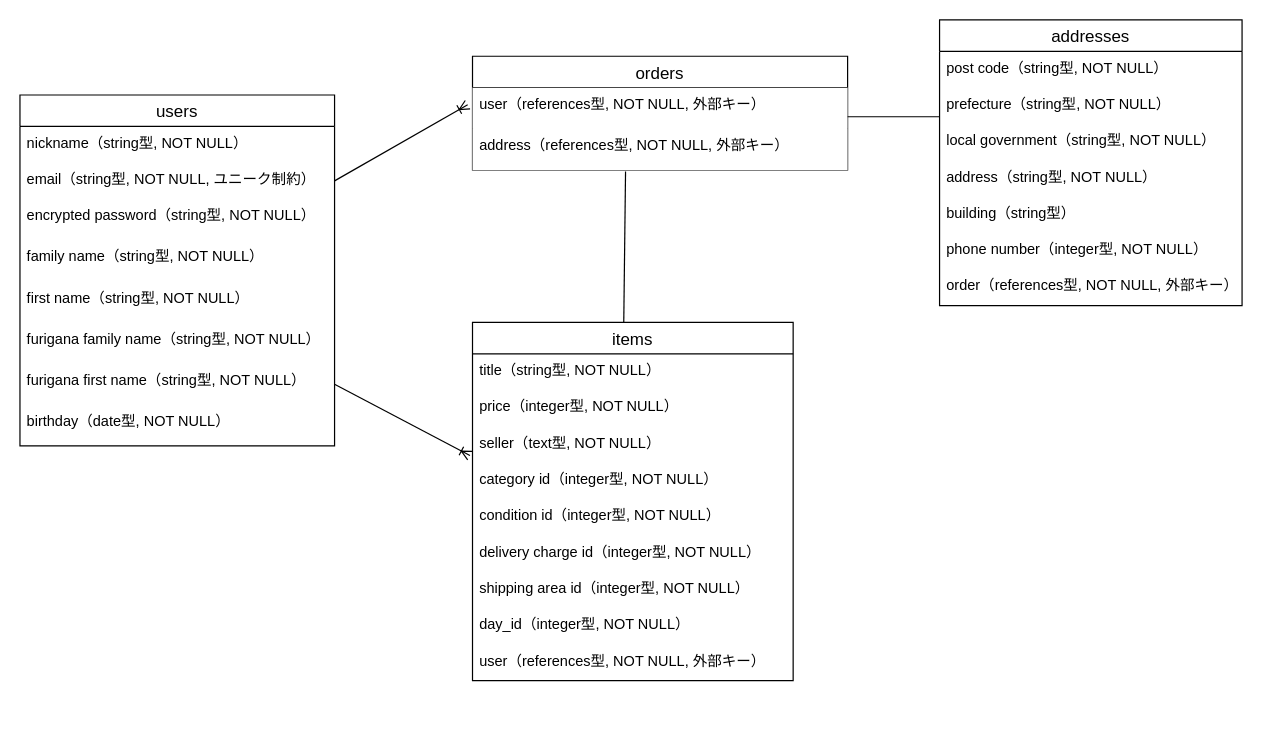
The draw.io diagram furima.dio in JamesCroissant/furima-37331, before the edit. Source tidied: cells renumbered, new cells numbered last; positions are measured from the earlier drawing's top-left corner, leaving out a move shared by most shapes. Both pictures are drawn from the tidied source at 121%, with x=0, y=0 at pixel (19, 19).
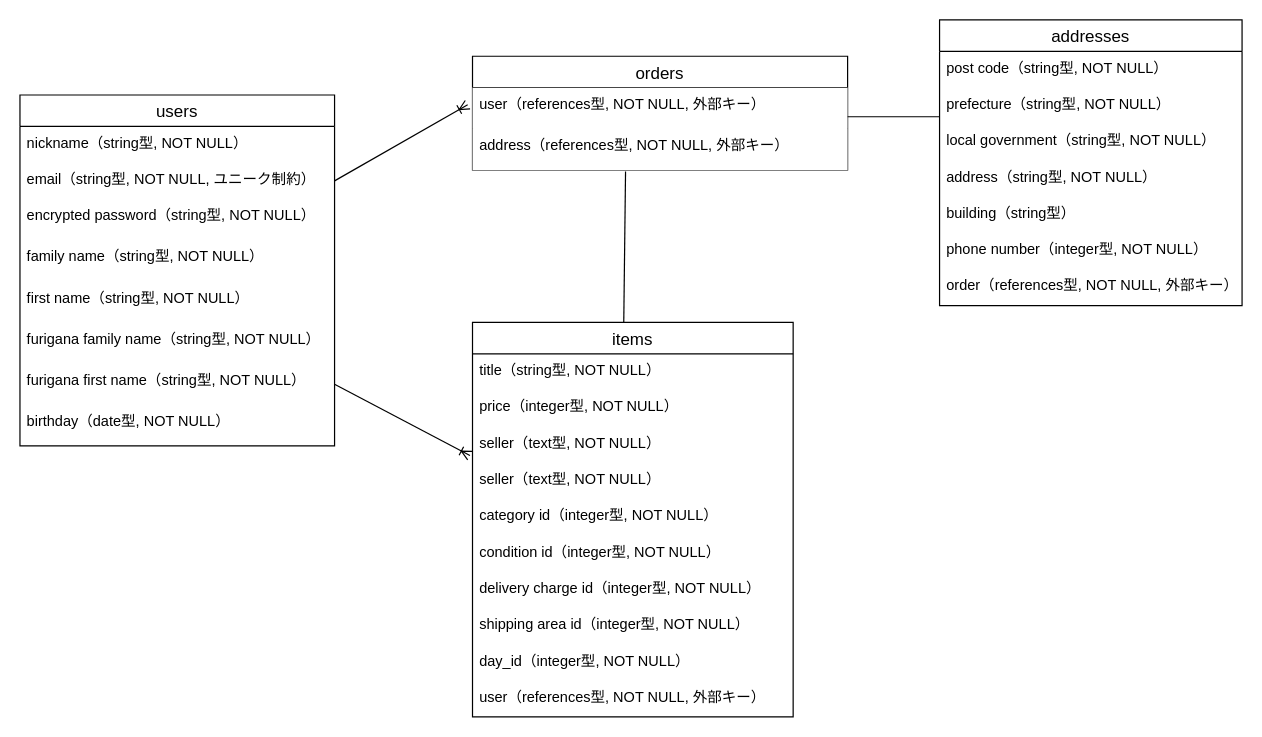
The same page after the edit.

Change to the diagram source:
```diff
@@
     <mxCell id="11" value="items" style="swimlane;fontStyle=0;horizontal=1;startSize=26;align=center;fontSize=14;" parent="1" vertex="1">
-      <mxGeometry x="374" y="250" width="265" height="296" as="geometry" />
+      <mxGeometry x="374" y="250" width="265" height="326" as="geometry" />
     </mxCell>
@@
+    <mxCell id="36" value="seller（text型, NOT NULL）" style="text;strokeColor=none;fillColor=none;spacingLeft=4;spacingRight=4;overflow=hidden;fontSize=12;" parent="11" vertex="1">
+      <mxGeometry y="116" width="265" height="30" as="geometry" />
+    </mxCell>
     <mxCell id="15" value="category id（integer型, NOT NULL）" style="text;strokeColor=none;fillColor=none;spacingLeft=4;spacingRight=4;overflow=hidden;fontSize=12;" parent="11" vertex="1">
-      <mxGeometry y="116" width="265" height="30" as="geometry" />
+      <mxGeometry y="146" width="265" height="30" as="geometry" />
     </mxCell>
     <mxCell id="16" value="condition id（integer型, NOT NULL）" style="text;strokeColor=none;fillColor=none;spacingLeft=4;spacingRight=4;overflow=hidden;fontSize=12;" parent="11" vertex="1">
-      <mxGeometry y="146" width="265" height="30" as="geometry" />
+      <mxGeometry y="176" width="265" height="30" as="geometry" />
     </mxCell>
     <mxCell id="17" value="delivery charge id（integer型, NOT NULL）" style="text;strokeColor=none;fillColor=none;spacingLeft=4;spacingRight=4;overflow=hidden;fontSize=12;" parent="11" vertex="1">
-      <mxGeometry y="176" width="265" height="30" as="geometry" />
+      <mxGeometry y="206" width="265" height="30" as="geometry" />
     </mxCell>
     <mxCell id="18" value="shipping area id（integer型, NOT NULL）" style="text;strokeColor=none;fillColor=none;spacingLeft=4;spacingRight=4;overflow=hidden;fontSize=12;" parent="11" vertex="1">
-      <mxGeometry y="206" width="265" height="30" as="geometry" />
+      <mxGeometry y="236" width="265" height="30" as="geometry" />
     </mxCell>
     <mxCell id="19" value="day_id（integer型, NOT NULL）" style="text;strokeColor=none;fillColor=none;spacingLeft=4;spacingRight=4;overflow=hidden;fontSize=12;" parent="11" vertex="1">
-      <mxGeometry y="236" width="265" height="30" as="geometry" />
+      <mxGeometry y="266" width="265" height="30" as="geometry" />
     </mxCell>
     <mxCell id="20" value="user（references型, NOT NULL, 外部キー）" style="text;strokeColor=none;fillColor=none;spacingLeft=4;spacingRight=4;overflow=hidden;fontSize=12;" parent="11" vertex="1">
-      <mxGeometry y="266" width="265" height="30" as="geometry" />
+      <mxGeometry y="296" width="265" height="30" as="geometry" />
     </mxCell>
```
